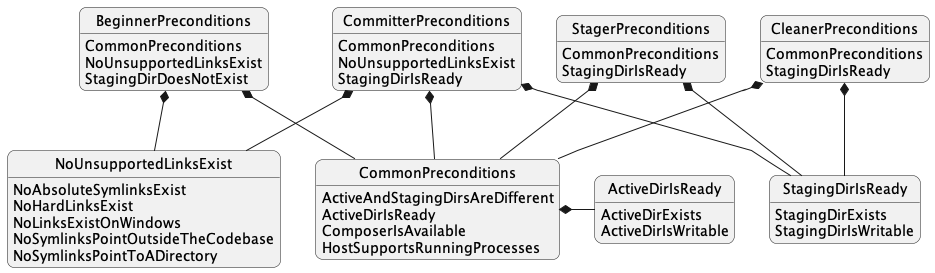
The PlantUML diagram docs/preconditions/hierarchy.png in php-tuf/composer-stager, before a commit. Its source is kept beside it as docs/preconditions/hierarchy.puml.
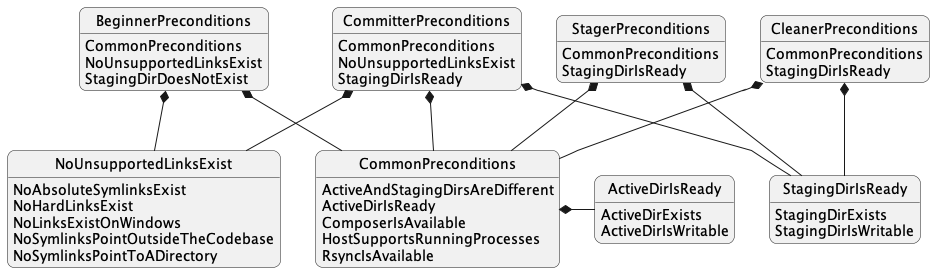
Above is the later version.

The edit, as a diff of the source:
```diff
@@ -44,6 +44,7 @@
     ActiveDirIsReady
     ComposerIsAvailable
     HostSupportsRunningProcesses
+    RsyncIsAvailable
 }
 CommonPreconditions *- ActiveDirIsReady
 
```
